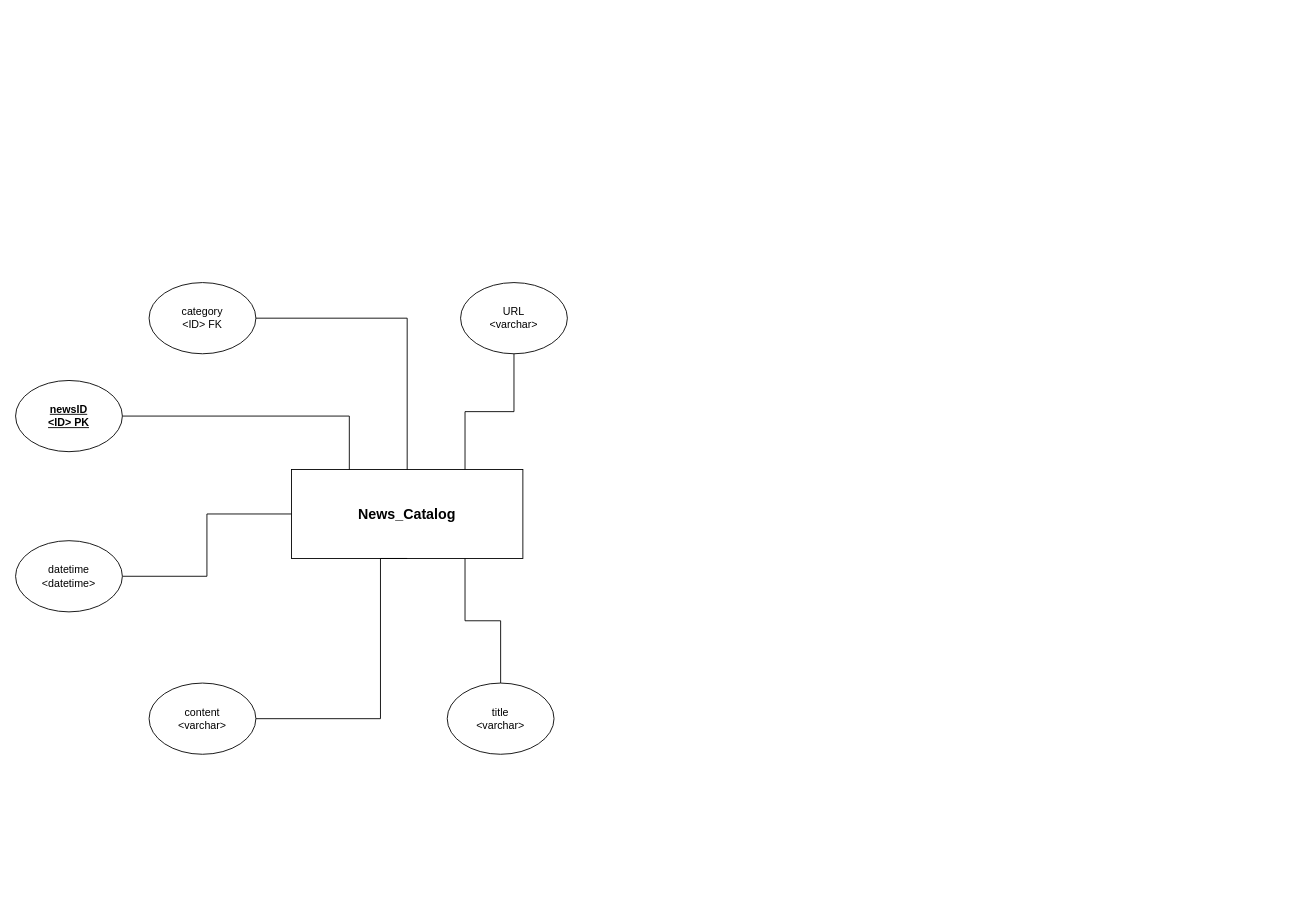
Earlier version of the draw.io diagram news_dataset.drawio (xiaochen93/xiaochen93). Source tidied: cells renumbered, new cells numbered last; positions are measured from the earlier drawing's top-left corner, leaving out a move shared by most shapes. Both pictures are drawn from the tidied source at 89%, with x=0, y=0 at pixel (15, 282).
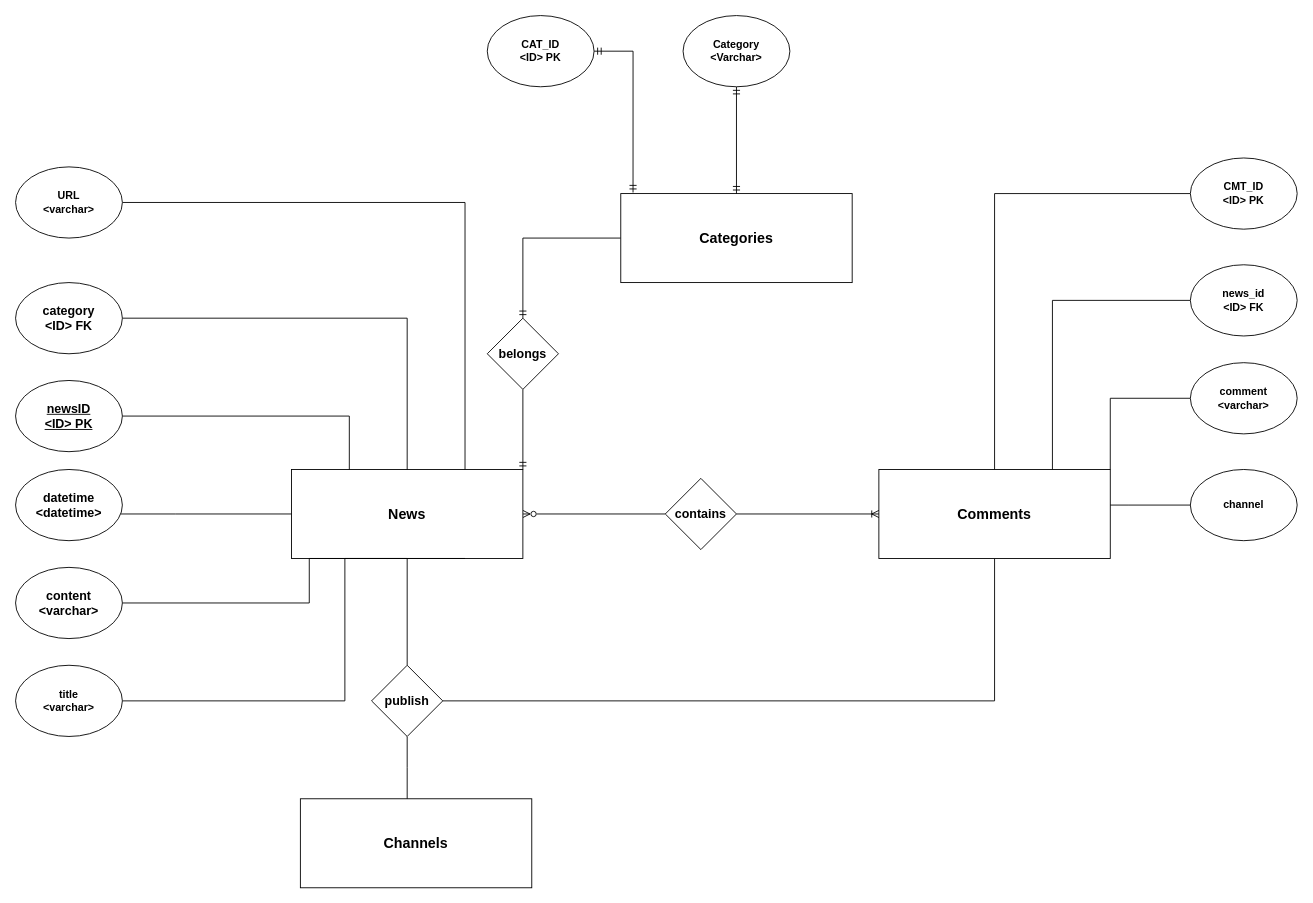
The same page after the edit.

The edit, as a diff of the source:
```diff
@@
+    <mxCell id="15" style="edgeStyle=orthogonalEdgeStyle;rounded=0;jettySize=auto;html=1;exitX=1;exitY=0.5;exitDx=0;exitDy=0;fontSize=14;endArrow=none;endFill=0;entryX=0;entryY=0.5;entryDx=0;entryDy=0;startArrow=ERzeroToMany;startFill=0;" parent="1" edge="1" source="2" target="21">
+      <mxGeometry relative="1" as="geometry" />
+    </mxCell>
+    <mxCell id="16" style="edgeStyle=orthogonalEdgeStyle;rounded=0;jettySize=auto;html=1;fontSize=14;startArrow=none;startFill=0;endArrow=none;endFill=0;" parent="1" edge="1" source="2" target="34">
+      <mxGeometry relative="1" as="geometry" />
+    </mxCell>
+    <mxCell id="17" style="edgeStyle=orthogonalEdgeStyle;rounded=0;jettySize=auto;html=1;exitX=1;exitY=0;exitDx=0;exitDy=0;entryX=0.5;entryY=1;entryDx=0;entryDy=0;fontSize=14;startArrow=ERmandOne;startFill=0;endArrow=none;endFill=0;" parent="1" edge="1" source="2" target="35">
+      <mxGeometry relative="1" as="geometry" />
+    </mxCell>
-    <mxCell id="2" value="News_Catalog" style="rounded=0;whiteSpace=wrap;html=1;fontSize=16;fontStyle=1;" parent="1" vertex="1">
+    <mxCell id="2" value="News" style="rounded=0;whiteSpace=wrap;html=1;fontSize=16;fontStyle=1;" parent="1" vertex="1">
       <mxGeometry x="310" y="210" width="260" height="100" as="geometry" />
     </mxCell>
@@
-    <mxCell id="4" value="newsID&lt;br&gt;&amp;lt;ID&amp;gt; PK" style="ellipse;whiteSpace=wrap;html=1;fontStyle=5;" parent="1" vertex="1">
+    <mxCell id="4" value="newsID&lt;br style=&quot;font-size: 14px;&quot;&gt;&amp;lt;ID&amp;gt; PK" style="ellipse;whiteSpace=wrap;html=1;fontStyle=5;fontSize=14;" parent="1" vertex="1">
       <mxGeometry y="110" width="120" height="80" as="geometry" />
     </mxCell>
     <mxCell id="5" style="edgeStyle=orthogonalEdgeStyle;rounded=0;jettySize=auto;html=1;entryX=0;entryY=0.5;entryDx=0;entryDy=0;fontSize=16;endArrow=none;endFill=0;" parent="1" edge="1" source="6" target="2">
-      <mxGeometry relative="1" as="geometry" />
+      <mxGeometry relative="1" as="geometry">
+        <Array as="points">
+          <mxPoint x="180" y="260" />
+          <mxPoint x="180" y="260" />
+        </Array>
+      </mxGeometry>
     </mxCell>
-    <mxCell id="6" value="datetime&lt;br&gt;&amp;lt;datetime&amp;gt;" style="ellipse;whiteSpace=wrap;html=1;fontStyle=0;" parent="1" vertex="1">
-      <mxGeometry y="290" width="120" height="80" as="geometry" />
+    <mxCell id="6" value="datetime&lt;br style=&quot;font-size: 14px;&quot;&gt;&amp;lt;datetime&amp;gt;" style="ellipse;whiteSpace=wrap;html=1;fontStyle=1;fontSize=14;" parent="1" vertex="1">
+      <mxGeometry y="210" width="120" height="80" as="geometry" />
     </mxCell>
@@
-    <mxCell id="8" value="category&lt;br&gt;&amp;lt;ID&amp;gt; FK" style="ellipse;whiteSpace=wrap;html=1;fontStyle=0;" parent="1" vertex="1">
-      <mxGeometry x="150" width="120" height="80" as="geometry" />
+    <mxCell id="8" value="category&lt;br style=&quot;font-size: 14px;&quot;&gt;&amp;lt;ID&amp;gt; FK" style="ellipse;whiteSpace=wrap;html=1;fontStyle=1;fontSize=14;" parent="1" vertex="1">
+      <mxGeometry width="120" height="80" as="geometry" />
     </mxCell>
     <mxCell id="9" style="edgeStyle=orthogonalEdgeStyle;rounded=0;jettySize=auto;html=1;entryX=0.5;entryY=1;entryDx=0;entryDy=0;fontSize=16;endArrow=none;endFill=0;" parent="1" edge="1" source="10" target="2">
       <mxGeometry relative="1" as="geometry">
         <Array as="points">
-          <mxPoint x="410" y="490" />
-          <mxPoint x="410" y="310" />
+          <mxPoint x="330" y="360" />
+          <mxPoint x="330" y="310" />
         </Array>
       </mxGeometry>
     </mxCell>
-    <mxCell id="10" value="content&lt;br&gt;&amp;lt;varchar&amp;gt;" style="ellipse;whiteSpace=wrap;html=1;fontStyle=0;" parent="1" vertex="1">
-      <mxGeometry x="150" y="450" width="120" height="80" as="geometry" />
+    <mxCell id="10" value="content&lt;br style=&quot;font-size: 14px;&quot;&gt;&amp;lt;varchar&amp;gt;" style="ellipse;whiteSpace=wrap;html=1;fontStyle=1;fontSize=14;" parent="1" vertex="1">
+      <mxGeometry y="320" width="120" height="80" as="geometry" />
     </mxCell>
     <mxCell id="11" style="edgeStyle=orthogonalEdgeStyle;rounded=0;jettySize=auto;html=1;entryX=0.75;entryY=1;entryDx=0;entryDy=0;fontSize=16;endArrow=none;endFill=0;" parent="1" edge="1" source="12" target="2">
-      <mxGeometry relative="1" as="geometry" />
+      <mxGeometry relative="1" as="geometry">
+        <Array as="points">
+          <mxPoint x="370" y="470" />
+          <mxPoint x="370" y="310" />
+        </Array>
+      </mxGeometry>
     </mxCell>
-    <mxCell id="12" value="title&lt;br&gt;&amp;lt;varchar&amp;gt;" style="ellipse;whiteSpace=wrap;html=1;fontStyle=0;" parent="1" vertex="1">
-      <mxGeometry x="485" y="450" width="120" height="80" as="geometry" />
+    <mxCell id="12" value="title&lt;br&gt;&amp;lt;varchar&amp;gt;" style="ellipse;whiteSpace=wrap;html=1;fontStyle=1;" parent="1" vertex="1">
+      <mxGeometry y="430" width="120" height="80" as="geometry" />
     </mxCell>
@@
-    <mxCell id="14" value="URL&lt;br&gt;&amp;lt;varchar&amp;gt;" style="ellipse;whiteSpace=wrap;html=1;fontStyle=0;" parent="1" vertex="1">
-      <mxGeometry x="500" width="120" height="80" as="geometry" />
+    <mxCell id="14" value="URL&lt;br&gt;&amp;lt;varchar&amp;gt;" style="ellipse;whiteSpace=wrap;html=1;fontStyle=1;" parent="1" vertex="1">
+      <mxGeometry y="-130" width="120" height="80" as="geometry" />
     </mxCell>
+    <mxCell id="18" style="edgeStyle=orthogonalEdgeStyle;rounded=0;jettySize=auto;html=1;exitX=0.5;exitY=1;exitDx=0;exitDy=0;entryX=1;entryY=0.5;entryDx=0;entryDy=0;fontSize=14;startArrow=none;startFill=0;endArrow=none;endFill=0;" parent="1" edge="1" source="19" target="34">
+      <mxGeometry relative="1" as="geometry" />
+    </mxCell>
+    <mxCell id="19" value="Comments" style="rounded=0;whiteSpace=wrap;html=1;fontSize=16;fontStyle=1;" parent="1" vertex="1">
+      <mxGeometry x="970" y="210" width="260" height="100" as="geometry" />
+    </mxCell>
+    <mxCell id="20" style="edgeStyle=orthogonalEdgeStyle;rounded=0;jettySize=auto;html=1;exitX=1;exitY=0.5;exitDx=0;exitDy=0;fontSize=14;startArrow=none;startFill=0;endArrow=ERoneToMany;endFill=0;" parent="1" edge="1" source="21" target="19">
+      <mxGeometry relative="1" as="geometry" />
+    </mxCell>
+    <mxCell id="21" value="contains" style="rhombus;whiteSpace=wrap;html=1;fontSize=14;fontStyle=1;" parent="1" vertex="1">
+      <mxGeometry x="730" y="220" width="80" height="80" as="geometry" />
+    </mxCell>
+    <mxCell id="22" style="edgeStyle=orthogonalEdgeStyle;rounded=0;jettySize=auto;html=1;fontSize=14;startArrow=none;startFill=0;endArrow=none;endFill=0;" parent="1" edge="1" source="23" target="19">
+      <mxGeometry relative="1" as="geometry" />
+    </mxCell>
+    <mxCell id="23" value="CMT_ID&lt;br&gt;&amp;lt;ID&amp;gt; PK" style="ellipse;whiteSpace=wrap;html=1;fontStyle=1;" parent="1" vertex="1">
+      <mxGeometry x="1320" y="-140" width="120" height="80" as="geometry" />
+    </mxCell>
+    <mxCell id="24" style="edgeStyle=orthogonalEdgeStyle;rounded=0;jettySize=auto;html=1;entryX=0.75;entryY=0;entryDx=0;entryDy=0;fontSize=14;startArrow=none;startFill=0;endArrow=none;endFill=0;" parent="1" edge="1" source="25" target="19">
+      <mxGeometry relative="1" as="geometry" />
+    </mxCell>
+    <mxCell id="25" value="news_id&lt;br&gt;&amp;lt;ID&amp;gt; FK" style="ellipse;whiteSpace=wrap;html=1;fontStyle=1;" parent="1" vertex="1">
+      <mxGeometry x="1320" y="-20" width="120" height="80" as="geometry" />
+    </mxCell>
+    <mxCell id="26" style="edgeStyle=orthogonalEdgeStyle;rounded=0;jettySize=auto;html=1;entryX=1;entryY=0;entryDx=0;entryDy=0;fontSize=14;startArrow=none;startFill=0;endArrow=none;endFill=0;" parent="1" edge="1" source="27" target="19">
+      <mxGeometry relative="1" as="geometry" />
+    </mxCell>
+    <mxCell id="27" value="comment&lt;br&gt;&amp;lt;varchar&amp;gt;" style="ellipse;whiteSpace=wrap;html=1;fontStyle=1;" parent="1" vertex="1">
+      <mxGeometry x="1320" y="90" width="120" height="80" as="geometry" />
+    </mxCell>
+    <mxCell id="28" value="Channels" style="rounded=0;whiteSpace=wrap;html=1;fontSize=16;fontStyle=1;" parent="1" vertex="1">
+      <mxGeometry x="320" y="580" width="260" height="100" as="geometry" />
+    </mxCell>
+    <mxCell id="29" style="edgeStyle=orthogonalEdgeStyle;rounded=0;jettySize=auto;html=1;exitX=0;exitY=0.5;exitDx=0;exitDy=0;entryX=0.5;entryY=0;entryDx=0;entryDy=0;fontSize=14;startArrow=none;startFill=0;endArrow=ERmandOne;endFill=0;" parent="1" edge="1" source="30" target="35">
+      <mxGeometry relative="1" as="geometry" />
+    </mxCell>
+    <mxCell id="30" value="Categories" style="rounded=0;whiteSpace=wrap;html=1;fontSize=16;fontStyle=1;" parent="1" vertex="1">
+      <mxGeometry x="680" y="-100" width="260" height="100" as="geometry" />
+    </mxCell>
+    <mxCell id="31" style="edgeStyle=orthogonalEdgeStyle;rounded=0;jettySize=auto;html=1;fontSize=14;startArrow=none;startFill=0;endArrow=none;endFill=0;" parent="1" edge="1" source="32" target="19">
+      <mxGeometry relative="1" as="geometry">
+        <Array as="points">
+          <mxPoint x="1250" y="250" />
+          <mxPoint x="1250" y="250" />
+        </Array>
+      </mxGeometry>
+    </mxCell>
+    <mxCell id="32" value="channel" style="ellipse;whiteSpace=wrap;html=1;fontStyle=1;" parent="1" vertex="1">
+      <mxGeometry x="1320" y="210" width="120" height="80" as="geometry" />
+    </mxCell>
+    <mxCell id="33" style="edgeStyle=orthogonalEdgeStyle;rounded=0;jettySize=auto;html=1;exitX=0.5;exitY=1;exitDx=0;exitDy=0;fontSize=14;startArrow=none;startFill=0;endArrow=none;endFill=0;" parent="1" edge="1" source="34">
+      <mxGeometry relative="1" as="geometry">
+        <mxPoint x="440" y="580" as="targetPoint" />
+      </mxGeometry>
+    </mxCell>
+    <mxCell id="34" value="publish" style="rhombus;whiteSpace=wrap;html=1;fontSize=14;fontStyle=1;" parent="1" vertex="1">
+      <mxGeometry x="400" y="430" width="80" height="80" as="geometry" />
+    </mxCell>
+    <mxCell id="35" value="belongs" style="rhombus;whiteSpace=wrap;html=1;fontSize=14;fontStyle=1;" parent="1" vertex="1">
+      <mxGeometry x="530" y="40" width="80" height="80" as="geometry" />
+    </mxCell>
+    <mxCell id="36" style="edgeStyle=orthogonalEdgeStyle;rounded=0;jettySize=auto;html=1;entryX=0.053;entryY=-0.012;entryDx=0;entryDy=0;entryPerimeter=0;fontSize=14;startArrow=ERmandOne;startFill=0;endArrow=ERmandOne;endFill=0;" parent="1" edge="1" source="37" target="30">
+      <mxGeometry relative="1" as="geometry" />
+    </mxCell>
+    <mxCell id="37" value="CAT_ID&lt;br&gt;&amp;lt;ID&amp;gt; PK" style="ellipse;whiteSpace=wrap;html=1;fontStyle=1;" parent="1" vertex="1">
+      <mxGeometry x="530" y="-300" width="120" height="80" as="geometry" />
+    </mxCell>
+    <mxCell id="38" style="edgeStyle=orthogonalEdgeStyle;rounded=0;jettySize=auto;html=1;fontSize=14;startArrow=ERmandOne;startFill=0;endArrow=ERmandOne;endFill=0;" parent="1" edge="1" source="39" target="30">
+      <mxGeometry relative="1" as="geometry" />
+    </mxCell>
+    <mxCell id="39" value="Category&lt;br&gt;&amp;lt;Varchar&amp;gt;" style="ellipse;whiteSpace=wrap;html=1;fontStyle=1;" parent="1" vertex="1">
+      <mxGeometry x="750" y="-300" width="120" height="80" as="geometry" />
+    </mxCell>
```
